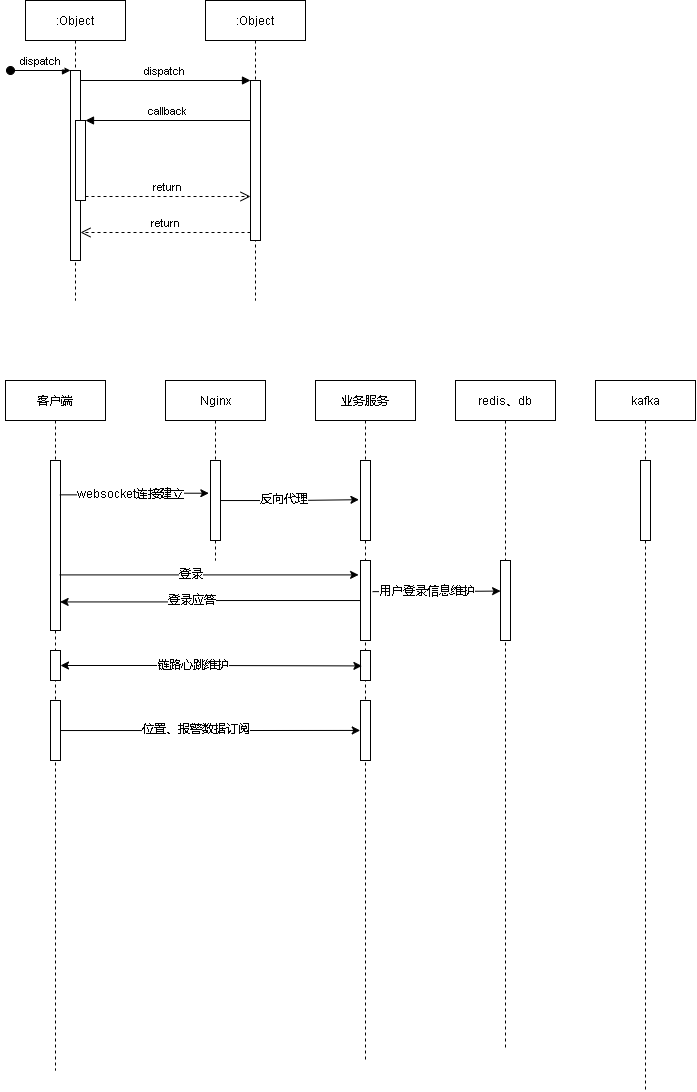
xktder/draw keeps this draw.io diagram as cgopro关键业务.drawio.png. Above is the earlier version. Source tidied: cells renumbered, new cells last; positions are measured from the earlier drawing's top-left corner, leaving out a move shared by most shapes.
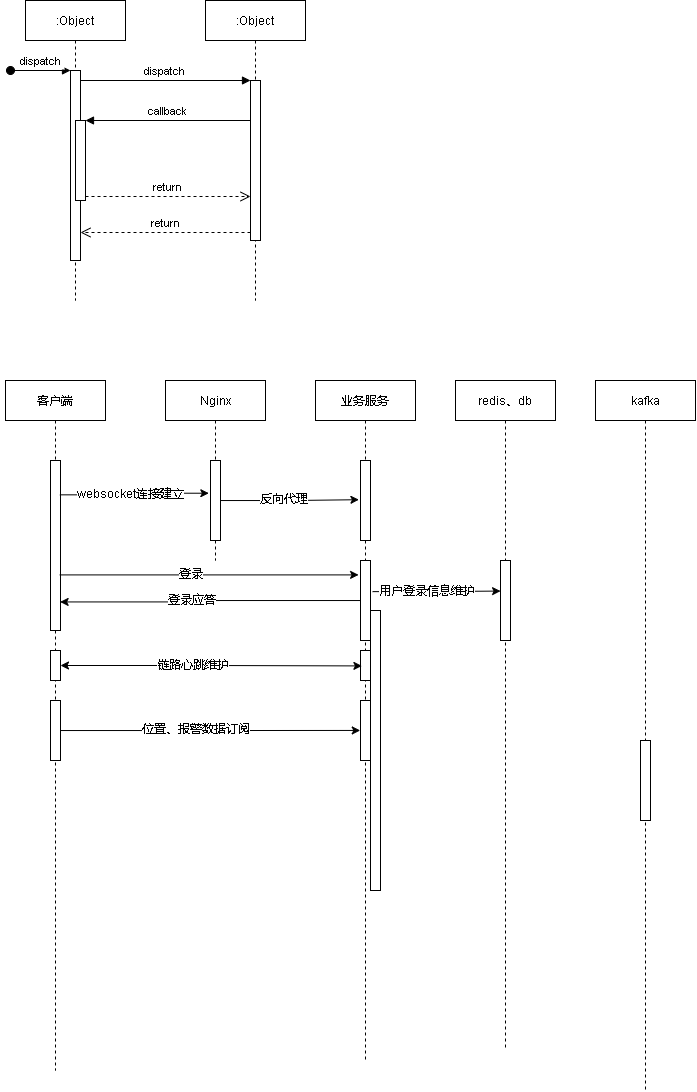
Above is the later version.

Commit message:
更新cgopro关键业务.drawio.png

The edit, as a diff of the source:
```diff
@@ -67,6 +67,9 @@
     <mxCell id="22" style="points=[];perimeter=orthogonalPerimeter;rounded=0;shadow=0;strokeWidth=1;" parent="18" vertex="1">
       <mxGeometry x="45" y="320" width="10" height="60" as="geometry" />
     </mxCell>
+    <mxCell id="41" style="perimeter=orthogonalPerimeter;rounded=0;shadow=0;strokeWidth=1;" parent="18" vertex="1">
+      <mxGeometry x="55" y="230" width="10" height="280" as="geometry" />
+    </mxCell>
     <mxCell id="23" value="redis、db" style="shape=umlLifeline;perimeter=lifelinePerimeter;rounded=0;shadow=0;strokeWidth=1;" parent="1" vertex="1">
       <mxGeometry x="450" y="380" width="100" height="670" as="geometry" />
     </mxCell>
@@ -77,7 +80,7 @@
       <mxGeometry x="590" y="380" width="100" height="710" as="geometry" />
     </mxCell>
     <mxCell id="26" style="perimeter=orthogonalPerimeter;rounded=0;shadow=0;strokeWidth=1;" parent="25" vertex="1">
-      <mxGeometry x="45" y="80" width="10" height="80" as="geometry" />
+      <mxGeometry x="45" y="360" width="10" height="80" as="geometry" />
     </mxCell>
     <mxCell id="27" style="edgeStyle=orthogonalEdgeStyle;rounded=0;jettySize=auto;html=1;entryX=-0.167;entryY=0.409;entryDx=0;entryDy=0;entryPerimeter=0;exitX=0.938;exitY=0.202;exitDx=0;exitDy=0;exitPerimeter=0;" parent="1" edge="1" source="13" target="17">
       <mxGeometry relative="1" as="geometry" />
```
